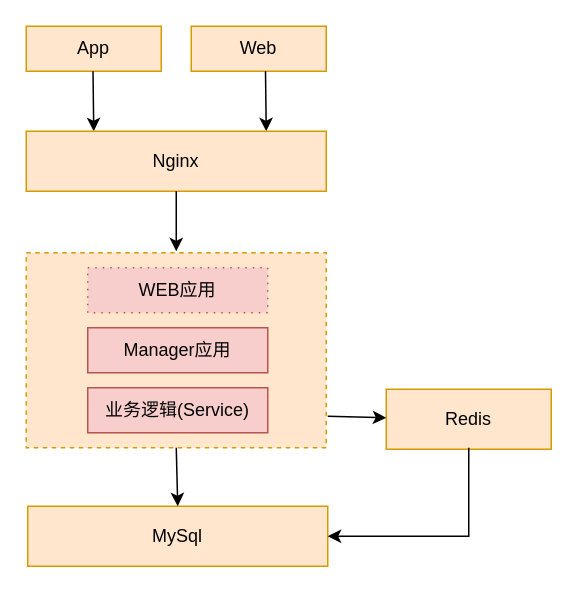
Above: page "单体" (1 of 4) of ppt1.drawio in liujx2005/liujx2005 (draw.io), before the change. Source tidied: cells renumbered, new cells numbered last; positions are measured from the earlier drawing's top-left corner, leaving out a move shared by most shapes. Both pictures are drawn from the tidied source at 150%, with x=0, y=0 at pixel (26, 26).
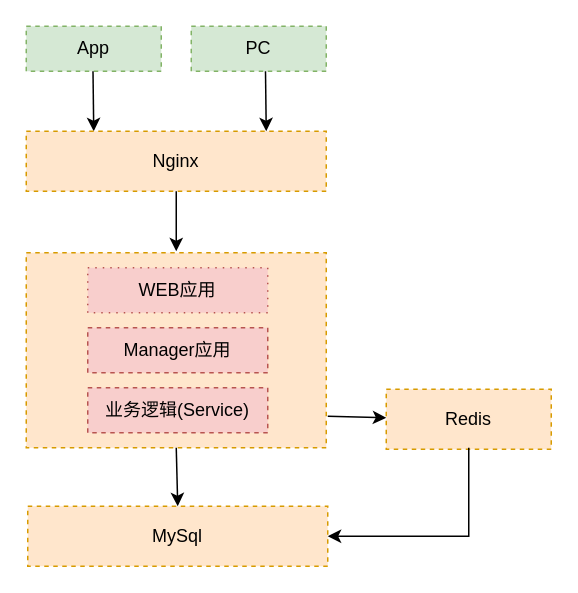
The same diagram, later.

Change to the diagram source:
```diff
@@
-    <mxCell id="2" value="App" style="rounded=0;whiteSpace=wrap;html=1;fillColor=#ffe6cc;strokeColor=#d79b00;" parent="1" vertex="1">
+    <mxCell id="2" value="App" style="rounded=0;whiteSpace=wrap;html=1;fillColor=#d5e8d4;strokeColor=#82b366;dashed=1;" parent="1" vertex="1">
       <mxGeometry width="90" height="30" as="geometry" />
     </mxCell>
-    <mxCell id="3" value="Web" style="rounded=0;whiteSpace=wrap;html=1;fillColor=#ffe6cc;strokeColor=#d79b00;" parent="1" vertex="1">
+    <mxCell id="3" value="PC" style="rounded=0;whiteSpace=wrap;html=1;fillColor=#d5e8d4;strokeColor=#82b366;dashed=1;" parent="1" vertex="1">
       <mxGeometry x="110" width="90" height="30" as="geometry" />
     </mxCell>
@@
-    <mxCell id="6" value="Manager应用" style="rounded=0;whiteSpace=wrap;html=1;fillColor=#f8cecc;strokeColor=#b85450;" parent="1" vertex="1">
+    <mxCell id="6" value="Manager应用" style="rounded=0;whiteSpace=wrap;html=1;fillColor=#f8cecc;strokeColor=#b85450;dashed=1;" parent="1" vertex="1">
       <mxGeometry x="41" y="201" width="120" height="30" as="geometry" />
     </mxCell>
-    <mxCell id="7" value="业务逻辑(Service)" style="rounded=0;whiteSpace=wrap;html=1;fillColor=#f8cecc;strokeColor=#b85450;" parent="1" vertex="1">
+    <mxCell id="7" value="业务逻辑(Service)" style="rounded=0;whiteSpace=wrap;html=1;fillColor=#f8cecc;strokeColor=#b85450;dashed=1;" parent="1" vertex="1">
       <mxGeometry x="41" y="241" width="120" height="30" as="geometry" />
     </mxCell>
@@
-    <mxCell id="10" value="Nginx" style="rounded=0;whiteSpace=wrap;html=1;fillColor=#ffe6cc;strokeColor=#d79b00;" parent="1" vertex="1">
+    <mxCell id="10" value="Nginx" style="rounded=0;whiteSpace=wrap;html=1;fillColor=#ffe6cc;strokeColor=#d79b00;dashed=1;" parent="1" vertex="1">
       <mxGeometry y="70" width="200" height="40" as="geometry" />
     </mxCell>
@@
-    <mxCell id="12" value="Redis" style="rounded=0;whiteSpace=wrap;html=1;fillColor=#ffe6cc;strokeColor=#d79b00;" parent="1" vertex="1">
+    <mxCell id="12" value="Redis" style="rounded=0;whiteSpace=wrap;html=1;fillColor=#ffe6cc;strokeColor=#d79b00;dashed=1;" parent="1" vertex="1">
       <mxGeometry x="240" y="242" width="110" height="40" as="geometry" />
     </mxCell>
-    <mxCell id="13" value="MySql" style="rounded=0;whiteSpace=wrap;html=1;fillColor=#ffe6cc;strokeColor=#d79b00;" parent="1" vertex="1">
+    <mxCell id="13" value="MySql" style="rounded=0;whiteSpace=wrap;html=1;fillColor=#ffe6cc;strokeColor=#d79b00;dashed=1;" parent="1" vertex="1">
       <mxGeometry x="1" y="320" width="200" height="40" as="geometry" />
     </mxCell>
```
